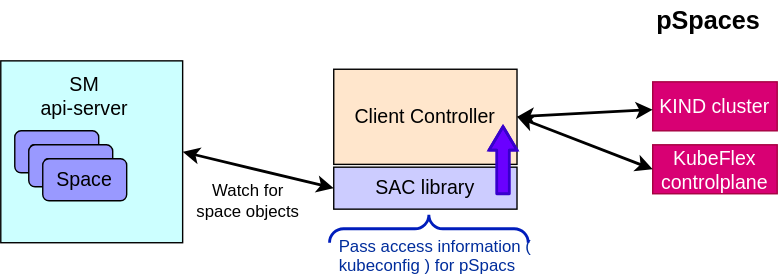
The draw.io diagram space-framework/docs/SAC.drawio.svg in kubestellar/kubestellar, before a commit. Source tidied: cells renumbered, new cells last; positions are measured from the earlier drawing's top-left corner, leaving out a move shared by most shapes.
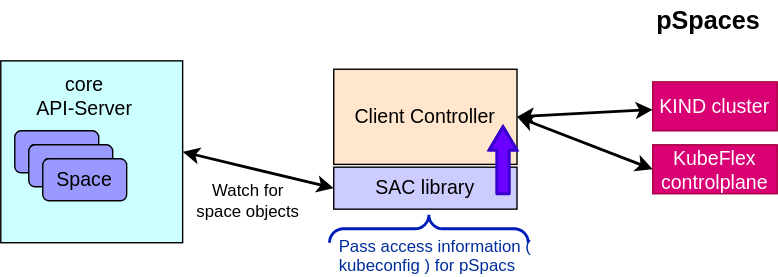
After the change.

Diff of the diagram source:
```diff
@@ -5,7 +5,7 @@
     <mxCell id="2" style="whiteSpace=wrap;html=1;fillColor=#CCFFFF;strokeColor=#000000;" parent="1" vertex="1">
       <mxGeometry y="43" width="130" height="130" as="geometry" />
     </mxCell>
-    <mxCell id="3" value="SM&lt;br&gt;api-server" style="text;html=1;strokeColor=none;fillColor=none;align=center;verticalAlign=middle;whiteSpace=wrap;rounded=0;fontColor=#000000;fontSize=14;" parent="1" vertex="1">
+    <mxCell id="3" value="core &lt;br&gt;API-Server" style="text;html=1;strokeColor=none;fillColor=none;align=center;verticalAlign=middle;whiteSpace=wrap;rounded=0;fontColor=#000000;fontSize=14;" parent="1" vertex="1">
       <mxGeometry x="20" y="53" width="80" height="30" as="geometry" />
     </mxCell>
     <mxCell id="4" value="Space" style="rounded=1;whiteSpace=wrap;html=1;fontSize=14;fontColor=#000000;fillColor=#9999FF;" parent="1" vertex="1">
```
